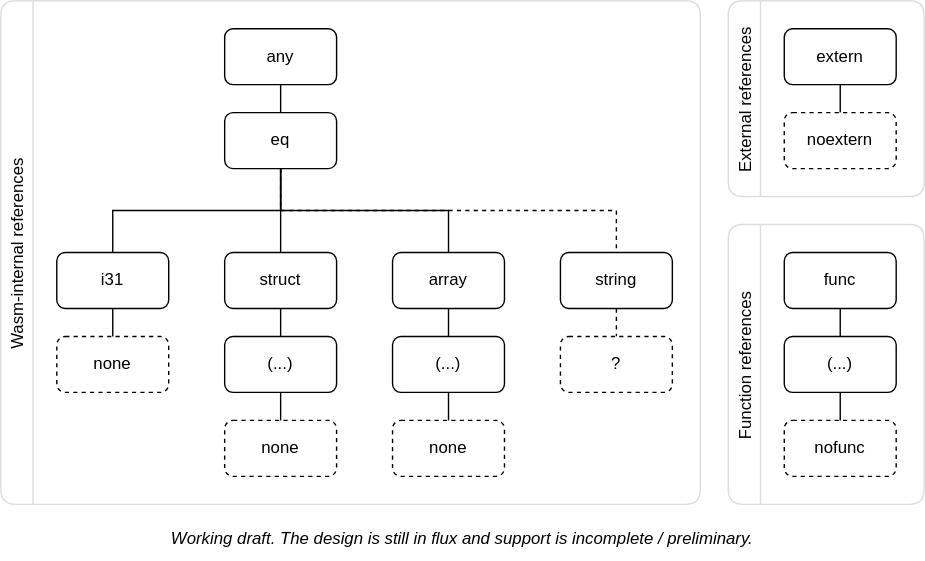
The draw.io diagram src/.vuepress/public/images/reference-hierarchy.svg in AssemblyScript/website, before a commit. Source tidied: cells renumbered, new cells last; positions are measured from the earlier drawing's top-left corner, leaving out a move shared by most shapes.
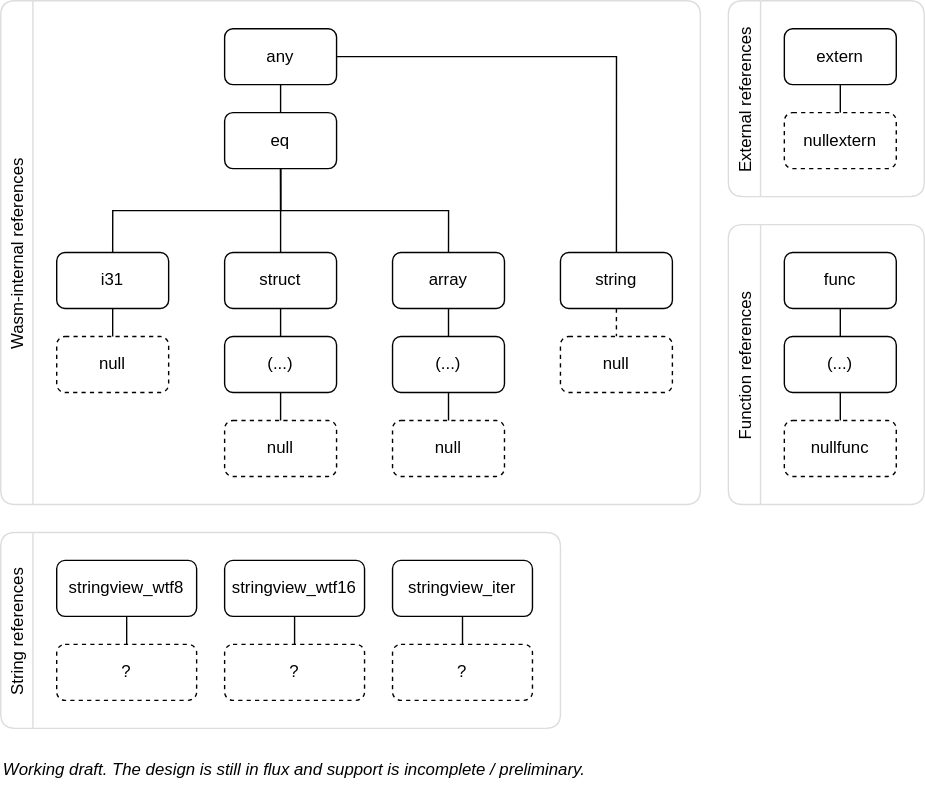
Above is the later version.

Commit message:
Unify reference types (#202)

Diff of the diagram source:
```diff
@@ -8,7 +8,7 @@
     <mxCell id="3" value="any" style="rounded=1;whiteSpace=wrap;html=1;strokeWidth=1;" parent="2" vertex="1">
       <mxGeometry x="160" y="20" width="80" height="40" as="geometry" />
     </mxCell>
-    <mxCell id="4" style="edgeStyle=orthogonalEdgeStyle;rounded=0;jettySize=auto;html=1;exitX=0.5;exitY=1;exitDx=0;exitDy=0;entryX=0.5;entryY=0;entryDx=0;entryDy=0;endArrow=none;endFill=0;dashed=1;" parent="2" edge="1" source="5" target="24">
+    <mxCell id="4" style="edgeStyle=orthogonalEdgeStyle;rounded=0;jettySize=auto;html=1;exitX=1;exitY=0.5;exitDx=0;exitDy=0;entryX=0.5;entryY=0;entryDx=0;entryDy=0;endArrow=none;endFill=0;" parent="2" edge="1" source="3" target="24">
       <mxGeometry relative="1" as="geometry" />
     </mxCell>
     <mxCell id="5" value="eq" style="rounded=1;whiteSpace=wrap;html=1;" parent="2" vertex="1">
@@ -35,7 +35,7 @@
     <mxCell id="12" style="edgeStyle=orthogonalEdgeStyle;rounded=0;jettySize=auto;html=1;exitX=0.5;exitY=1;exitDx=0;exitDy=0;entryX=0.5;entryY=0;entryDx=0;entryDy=0;endArrow=none;endFill=0;" parent="2" edge="1" source="5" target="11">
       <mxGeometry relative="1" as="geometry" />
     </mxCell>
-    <mxCell id="13" value="none" style="rounded=1;whiteSpace=wrap;html=1;dashed=1;" parent="2" vertex="1">
+    <mxCell id="13" value="null" style="rounded=1;whiteSpace=wrap;html=1;dashed=1;" parent="2" vertex="1">
       <mxGeometry x="40" y="240" width="80" height="40" as="geometry" />
     </mxCell>
     <mxCell id="14" style="edgeStyle=orthogonalEdgeStyle;rounded=0;jettySize=auto;html=1;exitX=0.5;exitY=1;exitDx=0;exitDy=0;entryX=0.5;entryY=0;entryDx=0;entryDy=0;endArrow=none;endFill=0;" parent="2" edge="1" source="7" target="13">
@@ -47,7 +47,7 @@
     <mxCell id="16" style="edgeStyle=orthogonalEdgeStyle;rounded=0;jettySize=auto;html=1;exitX=0.5;exitY=1;exitDx=0;exitDy=0;entryX=0.5;entryY=0;entryDx=0;entryDy=0;endArrow=none;endFill=0;" parent="2" edge="1" source="9" target="15">
       <mxGeometry relative="1" as="geometry" />
     </mxCell>
-    <mxCell id="17" value="none" style="rounded=1;whiteSpace=wrap;html=1;dashed=1;" parent="2" vertex="1">
+    <mxCell id="17" value="null" style="rounded=1;whiteSpace=wrap;html=1;dashed=1;" parent="2" vertex="1">
       <mxGeometry x="160" y="300" width="80" height="40" as="geometry" />
     </mxCell>
     <mxCell id="18" style="edgeStyle=orthogonalEdgeStyle;rounded=0;jettySize=auto;html=1;exitX=0.5;exitY=1;exitDx=0;exitDy=0;entryX=0.5;entryY=0;entryDx=0;entryDy=0;endArrow=none;endFill=0;" parent="2" edge="1" source="15" target="17">
@@ -59,7 +59,7 @@
     <mxCell id="20" style="edgeStyle=orthogonalEdgeStyle;rounded=0;jettySize=auto;html=1;exitX=0.5;exitY=1;exitDx=0;exitDy=0;entryX=0.5;entryY=0;entryDx=0;entryDy=0;endArrow=none;endFill=0;" parent="2" edge="1" source="11" target="19">
       <mxGeometry relative="1" as="geometry" />
     </mxCell>
-    <mxCell id="21" value="none" style="rounded=1;whiteSpace=wrap;html=1;dashed=1;" parent="2" vertex="1">
+    <mxCell id="21" value="null" style="rounded=1;whiteSpace=wrap;html=1;dashed=1;" parent="2" vertex="1">
       <mxGeometry x="280" y="300" width="80" height="40" as="geometry" />
     </mxCell>
     <mxCell id="22" style="edgeStyle=orthogonalEdgeStyle;rounded=0;jettySize=auto;html=1;exitX=0.5;exitY=1;exitDx=0;exitDy=0;entryX=0.5;entryY=0;entryDx=0;entryDy=0;endArrow=none;endFill=0;" parent="2" edge="1" source="19" target="21">
@@ -71,7 +71,7 @@
     <mxCell id="24" value="string" style="rounded=1;whiteSpace=wrap;html=1;strokeWidth=1;" parent="2" vertex="1">
       <mxGeometry x="400" y="180" width="80" height="40" as="geometry" />
     </mxCell>
-    <mxCell id="25" value="?" style="rounded=1;whiteSpace=wrap;html=1;dashed=1;" parent="2" vertex="1">
+    <mxCell id="25" value="null" style="rounded=1;whiteSpace=wrap;html=1;dashed=1;" parent="2" vertex="1">
       <mxGeometry x="400" y="240" width="80" height="40" as="geometry" />
     </mxCell>
     <mxCell id="26" value="External references" style="swimlane;horizontal=0;fontStyle=0;strokeColor=#dddddd;rounded=1;" parent="1" vertex="1">
@@ -80,7 +80,7 @@
     <mxCell id="27" value="extern" style="rounded=1;whiteSpace=wrap;html=1;strokeWidth=1;" parent="26" vertex="1">
       <mxGeometry x="40" y="20" width="80" height="40" as="geometry" />
     </mxCell>
-    <mxCell id="28" value="noextern" style="rounded=1;whiteSpace=wrap;html=1;dashed=1;" parent="26" vertex="1">
+    <mxCell id="28" value="nullextern" style="rounded=1;whiteSpace=wrap;html=1;dashed=1;" parent="26" vertex="1">
       <mxGeometry x="40" y="80" width="80" height="40" as="geometry" />
     </mxCell>
     <mxCell id="29" style="edgeStyle=orthogonalEdgeStyle;rounded=0;jettySize=auto;html=1;exitX=0.5;exitY=1;exitDx=0;exitDy=0;entryX=0.5;entryY=0;entryDx=0;entryDy=0;endArrow=none;endFill=0;" parent="26" edge="1" source="27" target="28">
@@ -98,14 +98,44 @@
     <mxCell id="33" style="edgeStyle=orthogonalEdgeStyle;rounded=0;jettySize=auto;html=1;exitX=0.5;exitY=1;exitDx=0;exitDy=0;entryX=0.5;entryY=0;entryDx=0;entryDy=0;endArrow=none;endFill=0;" parent="30" edge="1" source="31" target="32">
       <mxGeometry relative="1" as="geometry" />
     </mxCell>
-    <mxCell id="34" value="nofunc" style="rounded=1;whiteSpace=wrap;html=1;dashed=1;" parent="30" vertex="1">
+    <mxCell id="34" value="nullfunc" style="rounded=1;whiteSpace=wrap;html=1;dashed=1;" parent="30" vertex="1">
       <mxGeometry x="40" y="140" width="80" height="40" as="geometry" />
     </mxCell>
     <mxCell id="35" style="edgeStyle=orthogonalEdgeStyle;rounded=0;jettySize=auto;html=1;exitX=0.5;exitY=1;exitDx=0;exitDy=0;entryX=0.5;entryY=0;entryDx=0;entryDy=0;endArrow=none;endFill=0;" parent="30" edge="1" source="32" target="34">
       <mxGeometry relative="1" as="geometry" />
     </mxCell>
-    <mxCell id="36" value="Working draft. The design is still in flux and support is incomplete / preliminary." style="text;html=1;strokeColor=none;fillColor=none;align=center;verticalAlign=middle;whiteSpace=wrap;rounded=0;strokeWidth=1;fontStyle=2;" parent="1" vertex="1">
-      <mxGeometry y="370" width="660" height="30" as="geometry" />
+    <mxCell id="36" value="Working draft. The design is still in flux and support is incomplete / preliminary." style="text;html=1;strokeColor=none;fillColor=none;align=left;verticalAlign=middle;whiteSpace=wrap;rounded=0;strokeWidth=1;fontStyle=2;" parent="1" vertex="1">
+      <mxGeometry y="535" width="660" height="30" as="geometry" />
     </mxCell>
+    <mxCell id="37" value="String references" style="swimlane;horizontal=0;fontStyle=0;strokeColor=#dddddd;rounded=1;" parent="1" vertex="1">
+      <mxGeometry y="380" width="400" height="140" as="geometry" />
+    </mxCell>
+    <mxCell id="38" value="stringview_wtf8" style="rounded=1;whiteSpace=wrap;html=1;strokeWidth=1;" parent="37" vertex="1">
+      <mxGeometry x="40" y="20" width="100" height="40" as="geometry" />
+    </mxCell>
+    <mxCell id="39" value="?" style="rounded=1;whiteSpace=wrap;html=1;dashed=1;" parent="37" vertex="1">
+      <mxGeometry x="40" y="80" width="100" height="40" as="geometry" />
+    </mxCell>
+    <mxCell id="40" style="edgeStyle=orthogonalEdgeStyle;rounded=0;jettySize=auto;html=1;exitX=0.5;exitY=1;exitDx=0;exitDy=0;entryX=0.5;entryY=0;entryDx=0;entryDy=0;endArrow=none;endFill=0;" parent="37" edge="1" source="38" target="39">
+      <mxGeometry relative="1" as="geometry" />
+    </mxCell>
+    <mxCell id="41" style="edgeStyle=orthogonalEdgeStyle;rounded=0;jettySize=auto;html=1;exitX=0.5;exitY=1;exitDx=0;exitDy=0;entryX=0.5;entryY=0;entryDx=0;entryDy=0;strokeColor=default;endArrow=none;endFill=0;" parent="37" edge="1" source="42" target="43">
+      <mxGeometry relative="1" as="geometry" />
+    </mxCell>
+    <mxCell id="42" value="stringview_wtf16" style="rounded=1;whiteSpace=wrap;html=1;strokeWidth=1;" parent="37" vertex="1">
+      <mxGeometry x="160" y="20" width="100" height="40" as="geometry" />
+    </mxCell>
+    <mxCell id="43" value="?" style="rounded=1;whiteSpace=wrap;html=1;dashed=1;" parent="37" vertex="1">
+      <mxGeometry x="160" y="80" width="100" height="40" as="geometry" />
+    </mxCell>
+    <mxCell id="44" style="edgeStyle=orthogonalEdgeStyle;rounded=0;jettySize=auto;html=1;exitX=0.5;exitY=1;exitDx=0;exitDy=0;entryX=0.5;entryY=0;entryDx=0;entryDy=0;endArrow=none;endFill=0;" parent="37" edge="1" source="45" target="46">
+      <mxGeometry relative="1" as="geometry" />
+    </mxCell>
+    <mxCell id="45" value="stringview_iter" style="rounded=1;whiteSpace=wrap;html=1;strokeWidth=1;" parent="37" vertex="1">
+      <mxGeometry x="280" y="20" width="100" height="40" as="geometry" />
+    </mxCell>
+    <mxCell id="46" value="?" style="rounded=1;whiteSpace=wrap;html=1;dashed=1;" parent="37" vertex="1">
+      <mxGeometry x="280" y="80" width="100" height="40" as="geometry" />
+    </mxCell>
   </root>
 </mxGraphModel>
```
